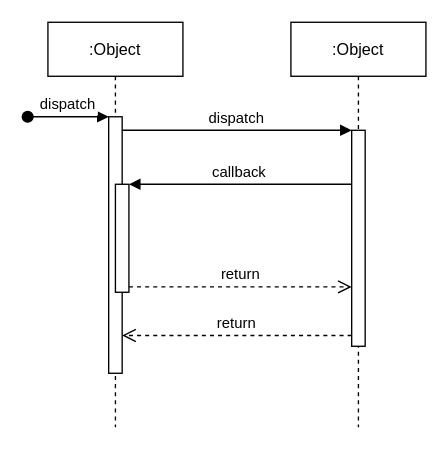
cnhnnyzhy/my-repository keeps this draw.io diagram as 未命名绘图.drawio. Above is the earlier version. Source tidied: cells renumbered, new cells numbered last; positions are measured from the earlier drawing's top-left corner, leaving out a move shared by most shapes. Both pictures are drawn from the tidied source at 135%, with x=0, y=0 at pixel (27, 22).
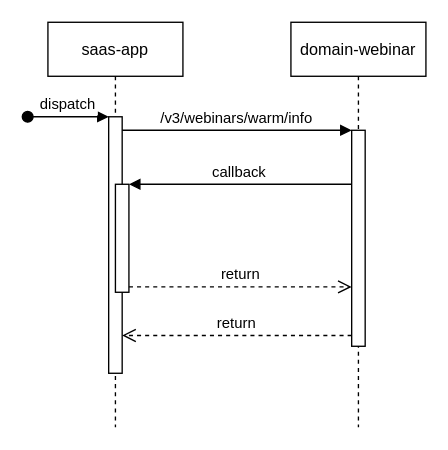
The same page after the edit.

The edit, as a diff of the source:
```diff
@@
 <mxGraphModel>
   <root>
     <mxCell id="0" />
     <mxCell id="1" parent="0" />
-    <mxCell id="2" value=":Object" style="shape=umlLifeline;perimeter=lifelinePerimeter;rounded=0;shadow=0;strokeWidth=1;" parent="1" vertex="1">
+    <mxCell id="2" value="saas-app" style="shape=umlLifeline;perimeter=lifelinePerimeter;rounded=0;shadow=0;strokeWidth=1;" parent="1" vertex="1">
       <mxGeometry x="15" width="100" height="300" as="geometry" />
     </mxCell>
     <mxCell id="3" style="points=[];perimeter=orthogonalPerimeter;rounded=0;shadow=0;strokeWidth=1;" parent="2" vertex="1">
       <mxGeometry x="45" y="70" width="10" height="190" as="geometry" />
     </mxCell>
     <mxCell id="4" value="dispatch" style="verticalAlign=bottom;startArrow=oval;endArrow=block;startSize=8;shadow=0;strokeWidth=1;" parent="2" edge="1" target="3">
       <mxGeometry relative="1" as="geometry">
         <mxPoint x="-15" y="70" as="sourcePoint" />
       </mxGeometry>
     </mxCell>
     <mxCell id="5" style="points=[];perimeter=orthogonalPerimeter;rounded=0;shadow=0;strokeWidth=1;" parent="2" vertex="1">
       <mxGeometry x="50" y="120" width="10" height="80" as="geometry" />
     </mxCell>
-    <mxCell id="6" value=":Object" style="shape=umlLifeline;perimeter=lifelinePerimeter;rounded=0;shadow=0;strokeWidth=1;" parent="1" vertex="1">
+    <mxCell id="6" value="domain-webinar" style="shape=umlLifeline;perimeter=lifelinePerimeter;rounded=0;shadow=0;strokeWidth=1;" parent="1" vertex="1">
       <mxGeometry x="195" width="100" height="300" as="geometry" />
     </mxCell>
     <mxCell id="7" style="points=[];perimeter=orthogonalPerimeter;rounded=0;shadow=0;strokeWidth=1;" parent="6" vertex="1">
       <mxGeometry x="45" y="80" width="10" height="160" as="geometry" />
     </mxCell>
     <mxCell id="8" value="return" style="verticalAlign=bottom;endArrow=open;dashed=1;endSize=8;exitX=0;exitY=0.95;shadow=0;strokeWidth=1;" parent="1" edge="1" source="7" target="3">
       <mxGeometry relative="1" as="geometry" />
     </mxCell>
-    <mxCell id="9" value="dispatch" style="verticalAlign=bottom;endArrow=block;entryX=0;entryY=0;shadow=0;strokeWidth=1;" parent="1" edge="1" source="3" target="7">
+    <mxCell id="9" value="/v3/webinars/warm/info" style="verticalAlign=bottom;endArrow=block;entryX=0;entryY=0;shadow=0;strokeWidth=1;" parent="1" edge="1" source="3" target="7">
       <mxGeometry relative="1" as="geometry" />
     </mxCell>
     <mxCell id="10" value="callback" style="verticalAlign=bottom;endArrow=block;entryX=1;entryY=0;shadow=0;strokeWidth=1;" parent="1" edge="1" source="7" target="5">
       <mxGeometry relative="1" as="geometry" />
     </mxCell>
     <mxCell id="11" value="return" style="verticalAlign=bottom;endArrow=open;dashed=1;endSize=8;exitX=1;exitY=0.95;shadow=0;strokeWidth=1;" parent="1" edge="1" source="5" target="7">
       <mxGeometry relative="1" as="geometry" />
     </mxCell>
   </root>
 </mxGraphModel>
```
